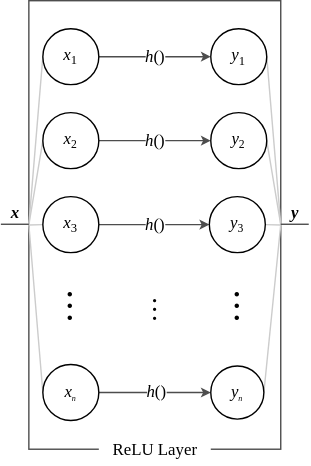
Before: img/ReLU.svg, a diagram exported from draw.io (dragoon8192/LaundryTag). Source tidied: cells renumbered, new cells last; positions are measured from the earlier drawing's top-left corner, leaving out a move shared by most shapes. The source it was exported from:
```xml
<mxGraphModel>
  <root>
    <mxCell id="0" />
    <mxCell id="1" parent="0" />
    <mxCell id="2" style="rounded=0;whiteSpace=wrap;html=1;strokeWidth=1;fontFamily=Times New Roman;fontSize=12;fontColor=default;fillColor=none;strokeColor=#4D4D4D;" parent="1" vertex="1">
      <mxGeometry x="20" width="180" height="320.5" as="geometry" />
    </mxCell>
    <mxCell id="3" style="endArrow=none;html=1;rounded=0;strokeColor=#CCCCCC;entryX=1;entryY=0.5;entryDx=0;entryDy=0;" parent="1" edge="1" target="27">
      <mxGeometry relative="1" as="geometry">
        <mxPoint x="200" y="160" as="sourcePoint" />
      </mxGeometry>
    </mxCell>
    <mxCell id="4" style="endArrow=none;html=1;rounded=0;strokeColor=#CCCCCC;entryX=1;entryY=0.5;entryDx=0;entryDy=0;" parent="1" edge="1" target="26">
      <mxGeometry relative="1" as="geometry">
        <mxPoint x="200" y="160" as="sourcePoint" />
      </mxGeometry>
    </mxCell>
    <mxCell id="5" style="endArrow=none;html=1;rounded=0;strokeColor=#CCCCCC;entryX=1;entryY=0.5;entryDx=0;entryDy=0;exitX=1;exitY=0.5;exitDx=0;exitDy=0;" parent="1" edge="1" source="2" target="25">
      <mxGeometry relative="1" as="geometry" />
    </mxCell>
    <mxCell id="6" style="endArrow=none;html=1;rounded=0;strokeColor=#CCCCCC;exitX=1;exitY=0.5;exitDx=0;exitDy=0;" parent="1" edge="1" source="23">
      <mxGeometry relative="1" as="geometry">
        <mxPoint x="200" y="160" as="targetPoint" />
      </mxGeometry>
    </mxCell>
    <mxCell id="7" style="endArrow=none;html=1;rounded=0;strokeColor=#CCCCCC;entryX=0;entryY=0.5;entryDx=0;entryDy=0;" parent="1" edge="1" target="18">
      <mxGeometry relative="1" as="geometry">
        <mxPoint x="20" y="160" as="sourcePoint" />
      </mxGeometry>
    </mxCell>
    <mxCell id="8" style="endArrow=none;html=1;rounded=0;strokeColor=#CCCCCC;entryX=0;entryY=0.5;entryDx=0;entryDy=0;exitX=0;exitY=0.5;exitDx=0;exitDy=0;" parent="1" edge="1" source="2" target="19">
      <mxGeometry relative="1" as="geometry" />
    </mxCell>
    <mxCell id="9" style="endArrow=none;html=1;rounded=0;strokeColor=#CCCCCC;entryX=0;entryY=0.5;entryDx=0;entryDy=0;exitX=0;exitY=0.5;exitDx=0;exitDy=0;" parent="1" edge="1" source="2" target="20">
      <mxGeometry relative="1" as="geometry" />
    </mxCell>
    <mxCell id="10" style="endArrow=none;html=1;rounded=0;strokeColor=#CCCCCC;entryX=0;entryY=0.5;entryDx=0;entryDy=0;" parent="1" edge="1" target="21">
      <mxGeometry relative="1" as="geometry">
        <mxPoint x="20" y="160" as="sourcePoint" />
      </mxGeometry>
    </mxCell>
    <mxCell id="11" value="&lt;i&gt;h&lt;/i&gt;()" style="endArrow=classic;html=1;rounded=0;labelBackgroundColor=default;sketch=0;strokeColor=#4D4D4D;strokeWidth=1;fontFamily=Times New Roman;fontSize=12;fontColor=default;startSize=4;endSize=4;sourcePerimeterSpacing=0;targetPerimeterSpacing=0;shape=connector;jumpStyle=none;jumpSize=4;" parent="1" edge="1" source="18" target="27">
      <mxGeometry relative="1" as="geometry" />
    </mxCell>
    <mxCell id="12" style="endArrow=classic;html=1;rounded=0;labelBackgroundColor=default;sketch=0;strokeColor=#4D4D4D;strokeWidth=1;fontFamily=Times New Roman;fontSize=12;fontColor=default;startSize=4;endSize=4;sourcePerimeterSpacing=0;targetPerimeterSpacing=0;shape=connector;jumpStyle=none;jumpSize=4;verticalAlign=middle;" parent="1" edge="1" source="21" target="23">
      <mxGeometry relative="1" as="geometry" />
    </mxCell>
    <mxCell id="13" value="&lt;i&gt;h&lt;/i&gt;()" style="edgeLabel;html=1;align=center;verticalAlign=middle;fontSize=12;fontFamily=Times New Roman;fontColor=default;" parent="12" vertex="1">
      <mxGeometry x="0.1" y="-1" relative="1" as="geometry">
        <mxPoint x="-4" y="-1" as="offset" />
      </mxGeometry>
    </mxCell>
    <mxCell id="14" value="&lt;b&gt;&lt;i&gt;x&lt;/i&gt;&lt;/b&gt;" style="endArrow=none;html=1;rounded=0;labelBackgroundColor=default;sketch=0;strokeColor=#4D4D4D;strokeWidth=1;fontFamily=Times New Roman;fontSize=12;fontColor=default;startSize=4;endSize=4;sourcePerimeterSpacing=0;targetPerimeterSpacing=0;shape=connector;jumpStyle=none;jumpSize=4;spacing=1;spacingLeft=0;labelBorderColor=none;verticalAlign=bottom;labelPosition=center;verticalLabelPosition=middle;align=center;" parent="1" edge="1">
      <mxGeometry relative="1" as="geometry">
        <mxPoint y="159.8" as="sourcePoint" />
        <mxPoint x="20" y="159.8" as="targetPoint" />
        <Array as="points">
          <mxPoint x="10" y="159.8" />
        </Array>
      </mxGeometry>
    </mxCell>
    <mxCell id="15" value="&lt;i&gt;h&lt;/i&gt;()" style="endArrow=classic;html=1;rounded=0;labelBackgroundColor=default;sketch=0;strokeColor=#4D4D4D;strokeWidth=1;fontFamily=Times New Roman;fontSize=12;fontColor=default;startSize=4;endSize=4;sourcePerimeterSpacing=0;targetPerimeterSpacing=0;shape=connector;jumpStyle=none;jumpSize=4;entryX=0;entryY=0.5;entryDx=0;entryDy=0;" parent="1" edge="1" source="19" target="26">
      <mxGeometry relative="1" as="geometry">
        <Array as="points">
          <mxPoint x="110" y="100" />
        </Array>
      </mxGeometry>
    </mxCell>
    <mxCell id="16" value="&lt;i&gt;h&lt;/i&gt;()" style="endArrow=classic;html=1;rounded=0;labelBackgroundColor=default;sketch=0;strokeColor=#4D4D4D;strokeWidth=1;fontFamily=Times New Roman;fontSize=12;fontColor=default;startSize=4;endSize=4;sourcePerimeterSpacing=0;targetPerimeterSpacing=0;shape=connector;jumpStyle=none;jumpSize=4;" parent="1" edge="1" source="20" target="25">
      <mxGeometry relative="1" as="geometry" />
    </mxCell>
    <mxCell id="17" value="&lt;b&gt;&lt;i&gt;y&lt;/i&gt;&lt;/b&gt;" style="endArrow=none;html=1;rounded=0;labelBackgroundColor=default;sketch=0;strokeColor=#4D4D4D;strokeWidth=1;fontFamily=Times New Roman;fontSize=12;fontColor=default;startSize=4;endSize=4;sourcePerimeterSpacing=0;targetPerimeterSpacing=0;shape=connector;jumpStyle=none;jumpSize=4;spacing=1;spacingLeft=0;labelBorderColor=none;verticalAlign=bottom;" parent="1" edge="1">
      <mxGeometry relative="1" as="geometry">
        <mxPoint x="200" y="159.8" as="sourcePoint" />
        <mxPoint x="220" y="159.8" as="targetPoint" />
        <Array as="points">
          <mxPoint x="210" y="159.8" />
        </Array>
      </mxGeometry>
    </mxCell>
    <mxCell id="18" value="&lt;font size=&quot;1&quot; face=&quot;Times New Roman&quot;&gt;&lt;i style=&quot;font-size: 12px;&quot;&gt;x&lt;/i&gt;&lt;/font&gt;&lt;font size=&quot;1&quot; face=&quot;Times New Roman&quot; style=&quot;&quot;&gt;&lt;sub style=&quot;font-size: 9px;&quot;&gt;1&lt;/sub&gt;&lt;/font&gt;" style="ellipse;whiteSpace=wrap;html=1;" parent="1" vertex="1">
      <mxGeometry x="30" y="20" width="40" height="40" as="geometry" />
    </mxCell>
    <mxCell id="19" value="&lt;font size=&quot;1&quot; face=&quot;Times New Roman&quot;&gt;&lt;i style=&quot;font-size: 12px;&quot;&gt;x&lt;/i&gt;&lt;/font&gt;&lt;font face=&quot;Times New Roman&quot; style=&quot;font-size: 10px;&quot;&gt;&lt;sub&gt;2&lt;/sub&gt;&lt;/font&gt;" style="ellipse;whiteSpace=wrap;html=1;" parent="1" vertex="1">
      <mxGeometry x="30" y="80" width="40" height="40" as="geometry" />
    </mxCell>
    <mxCell id="20" value="&lt;font size=&quot;1&quot; face=&quot;Times New Roman&quot;&gt;&lt;i style=&quot;font-size: 12px;&quot;&gt;x&lt;/i&gt;&lt;/font&gt;&lt;font size=&quot;1&quot; face=&quot;Times New Roman&quot; style=&quot;&quot;&gt;&lt;sub style=&quot;font-size: 9px;&quot;&gt;3&lt;/sub&gt;&lt;/font&gt;" style="ellipse;whiteSpace=wrap;html=1;" parent="1" vertex="1">
      <mxGeometry x="30" y="140" width="40" height="40" as="geometry" />
    </mxCell>
    <mxCell id="21" value="&lt;font face=&quot;Times New Roman&quot;&gt;&lt;i style=&quot;font-size: 12px;&quot;&gt;x&lt;/i&gt;&lt;i style=&quot;font-size: 6.94444px;&quot;&gt;&lt;sub&gt;n&lt;/sub&gt;&lt;/i&gt;&lt;/font&gt;" style="ellipse;whiteSpace=wrap;html=1;" parent="1" vertex="1">
      <mxGeometry x="30" y="260" width="40" height="40" as="geometry" />
    </mxCell>
    <mxCell id="22" value="ReLU Layer" style="text;html=1;align=center;verticalAlign=middle;strokeColor=none;fillColor=default;fontSize=12;fontFamily=Times New Roman;fontColor=default;spacing=0;" parent="1" vertex="1">
      <mxGeometry x="70" y="311" width="80" height="20" as="geometry" />
    </mxCell>
    <mxCell id="23" value="&lt;font face=&quot;Times New Roman&quot;&gt;&lt;i style=&quot;font-size: 12px;&quot;&gt;y&lt;/i&gt;&lt;i style=&quot;font-size: 6.94444px;&quot;&gt;&lt;sub&gt;n&lt;/sub&gt;&lt;/i&gt;&lt;/font&gt;" style="ellipse;whiteSpace=wrap;html=1;" parent="1" vertex="1">
      <mxGeometry x="150" y="261" width="37.9" height="37.9" as="geometry" />
    </mxCell>
    <mxCell id="24" value="&lt;span style=&quot;color: rgb(0, 0, 0); font-family: &amp;quot;Times New Roman&amp;quot;; font-style: normal; font-variant-ligatures: normal; font-variant-caps: normal; font-weight: 400; letter-spacing: normal; orphans: 2; text-indent: 0px; text-transform: none; widows: 2; word-spacing: 0px; -webkit-text-stroke-width: 0px; text-decoration-thickness: initial; text-decoration-style: initial; text-decoration-color: initial; float: none; display: inline !important;&quot;&gt;&lt;font style=&quot;font-size: 18px;&quot;&gt;︙&lt;/font&gt;&lt;/span&gt;" style="text;whiteSpace=wrap;html=1;fontFamily=Times New Roman;align=center;verticalAlign=middle;fontSize=24;spacing=0;labelBackgroundColor=default;" parent="1" vertex="1">
      <mxGeometry x="100" y="200" width="20" height="40" as="geometry" />
    </mxCell>
    <mxCell id="25" value="&lt;font size=&quot;1&quot; face=&quot;Times New Roman&quot;&gt;&lt;i style=&quot;font-size: 12px;&quot;&gt;y&lt;/i&gt;&lt;/font&gt;&lt;font face=&quot;Times New Roman&quot; style=&quot;font-size: 10px;&quot;&gt;&lt;sub&gt;3&lt;/sub&gt;&lt;/font&gt;" style="ellipse;whiteSpace=wrap;html=1;" parent="1" vertex="1">
      <mxGeometry x="149" y="140" width="40" height="40" as="geometry" />
    </mxCell>
    <mxCell id="26" value="&lt;font size=&quot;1&quot; face=&quot;Times New Roman&quot;&gt;&lt;i style=&quot;font-size: 12px;&quot;&gt;y&lt;/i&gt;&lt;/font&gt;&lt;font face=&quot;Times New Roman&quot; style=&quot;font-size: 10px;&quot;&gt;&lt;sub&gt;2&lt;/sub&gt;&lt;/font&gt;" style="ellipse;whiteSpace=wrap;html=1;" parent="1" vertex="1">
      <mxGeometry x="150" y="80" width="40" height="40" as="geometry" />
    </mxCell>
    <mxCell id="27" value="&lt;font face=&quot;Times New Roman&quot; style=&quot;&quot;&gt;&lt;span style=&quot;font-size: 12px;&quot;&gt;&lt;i style=&quot;&quot;&gt;y&lt;/i&gt;&lt;/span&gt;&lt;sub style=&quot;font-size: 9px;&quot;&gt;1&lt;/sub&gt;&lt;/font&gt;" style="ellipse;whiteSpace=wrap;html=1;" parent="1" vertex="1">
      <mxGeometry x="150" y="20" width="40" height="40" as="geometry" />
    </mxCell>
    <mxCell id="28" value="&lt;span style=&quot;color: rgb(0, 0, 0); font-family: &amp;quot;Times New Roman&amp;quot;; font-size: 24px; font-style: normal; font-variant-ligatures: normal; font-variant-caps: normal; font-weight: 400; letter-spacing: normal; orphans: 2; text-indent: 0px; text-transform: none; widows: 2; word-spacing: 0px; -webkit-text-stroke-width: 0px; text-decoration-thickness: initial; text-decoration-style: initial; text-decoration-color: initial; float: none; display: inline !important;&quot;&gt;︙&lt;/span&gt;" style="text;whiteSpace=wrap;html=1;fontFamily=Times New Roman;align=center;verticalAlign=middle;fontSize=24;labelBackgroundColor=none;" parent="1" vertex="1">
      <mxGeometry x="40" y="200" width="20" height="40" as="geometry" />
    </mxCell>
    <mxCell id="29" value="&lt;span style=&quot;color: rgb(0, 0, 0); font-family: &amp;quot;Times New Roman&amp;quot;; font-size: 24px; font-style: normal; font-variant-ligatures: normal; font-variant-caps: normal; font-weight: 400; letter-spacing: normal; orphans: 2; text-indent: 0px; text-transform: none; widows: 2; word-spacing: 0px; -webkit-text-stroke-width: 0px; text-decoration-thickness: initial; text-decoration-style: initial; text-decoration-color: initial; float: none; display: inline !important;&quot;&gt;︙&lt;/span&gt;" style="text;whiteSpace=wrap;html=1;fontFamily=Times New Roman;align=center;verticalAlign=middle;fontSize=24;labelBackgroundColor=none;" parent="1" vertex="1">
      <mxGeometry x="159" y="200" width="20" height="40" as="geometry" />
    </mxCell>
  </root>
</mxGraphModel>
```
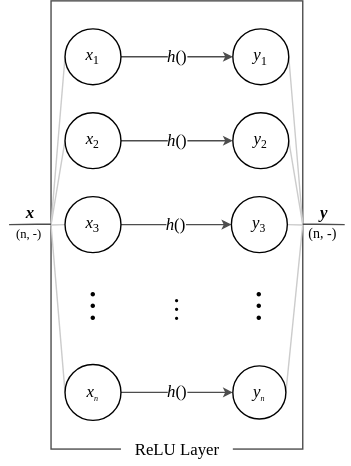
The same file after the commit.

Change to the diagram source:
```diff
@@ -52,7 +52,7 @@
     </mxCell>
     <mxCell id="14" value="&lt;b&gt;&lt;i&gt;x&lt;/i&gt;&lt;/b&gt;" style="endArrow=none;html=1;rounded=0;labelBackgroundColor=default;sketch=0;strokeColor=#4D4D4D;strokeWidth=1;fontFamily=Times New Roman;fontSize=12;fontColor=default;startSize=4;endSize=4;sourcePerimeterSpacing=0;targetPerimeterSpacing=0;shape=connector;jumpStyle=none;jumpSize=4;spacing=1;spacingLeft=0;labelBorderColor=none;verticalAlign=bottom;labelPosition=center;verticalLabelPosition=middle;align=center;" parent="1" edge="1">
       <mxGeometry relative="1" as="geometry">
-        <mxPoint y="159.8" as="sourcePoint" />
+        <mxPoint x="-10" y="160" as="sourcePoint" />
         <mxPoint x="20" y="159.8" as="targetPoint" />
         <Array as="points">
           <mxPoint x="10" y="159.8" />
@@ -72,7 +72,7 @@
     <mxCell id="17" value="&lt;b&gt;&lt;i&gt;y&lt;/i&gt;&lt;/b&gt;" style="endArrow=none;html=1;rounded=0;labelBackgroundColor=default;sketch=0;strokeColor=#4D4D4D;strokeWidth=1;fontFamily=Times New Roman;fontSize=12;fontColor=default;startSize=4;endSize=4;sourcePerimeterSpacing=0;targetPerimeterSpacing=0;shape=connector;jumpStyle=none;jumpSize=4;spacing=1;spacingLeft=0;labelBorderColor=none;verticalAlign=bottom;" parent="1" edge="1">
       <mxGeometry relative="1" as="geometry">
         <mxPoint x="200" y="159.8" as="sourcePoint" />
-        <mxPoint x="220" y="159.8" as="targetPoint" />
+        <mxPoint x="230" y="160" as="targetPoint" />
         <Array as="points">
           <mxPoint x="210" y="159.8" />
         </Array>
@@ -114,5 +114,11 @@
     <mxCell id="29" value="&lt;span style=&quot;color: rgb(0, 0, 0); font-family: &amp;quot;Times New Roman&amp;quot;; font-size: 24px; font-style: normal; font-variant-ligatures: normal; font-variant-caps: normal; font-weight: 400; letter-spacing: normal; orphans: 2; text-indent: 0px; text-transform: none; widows: 2; word-spacing: 0px; -webkit-text-stroke-width: 0px; text-decoration-thickness: initial; text-decoration-style: initial; text-decoration-color: initial; float: none; display: inline !important;&quot;&gt;︙&lt;/span&gt;" style="text;whiteSpace=wrap;html=1;fontFamily=Times New Roman;align=center;verticalAlign=middle;fontSize=24;labelBackgroundColor=none;" parent="1" vertex="1">
       <mxGeometry x="159" y="200" width="20" height="40" as="geometry" />
     </mxCell>
+    <mxCell id="30" value="&lt;font style=&quot;font-size: 9px;&quot;&gt;(n, -)&lt;/font&gt;" style="text;html=1;align=center;verticalAlign=middle;strokeColor=none;fillColor=none;fontSize=18;fontFamily=Times New Roman;spacing=0;labelBackgroundColor=none;" parent="1" vertex="1">
+      <mxGeometry x="-16" y="149" width="40" height="30" as="geometry" />
+    </mxCell>
+    <mxCell id="31" value="&lt;font size=&quot;1&quot;&gt;(n, -)&lt;/font&gt;" style="text;html=1;align=center;verticalAlign=middle;strokeColor=none;fillColor=none;fontSize=18;fontFamily=Times New Roman;spacing=0;labelBackgroundColor=none;" parent="1" vertex="1">
+      <mxGeometry x="194" y="149" width="40" height="30" as="geometry" />
+    </mxCell>
   </root>
 </mxGraphModel>
```
